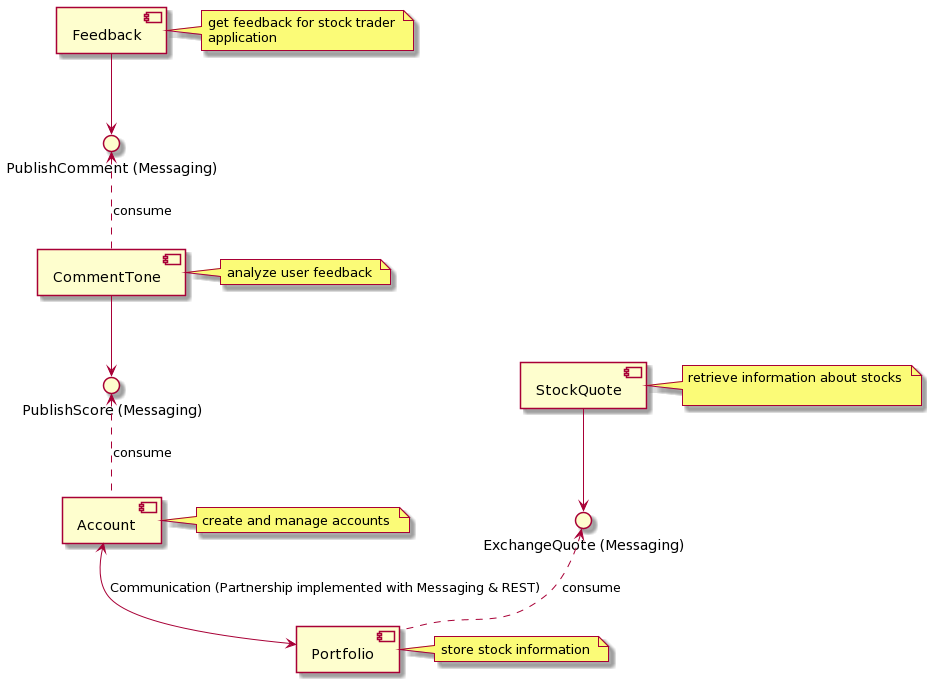
whzinformatik/stocktrader keeps this PlantUML diagram as doc/architecture/architecture.png. Above is the earlier version. Its diagram source:
```plantuml
@startuml
skinparam componentStyle uml2

component [Portfolio]
note right of [Portfolio]
store stock information
end note
component [Account]
note right of [Account]
create and manage accounts
end note
component [StockQuote]
note right of [StockQuote]
retrieve information about stocks

end note
component [Feedback]
note right of [Feedback]
get feedback for stock trader
application
end note
component [CommentTone]
note right of [CommentTone]
analyze user feedback
end note

[Account]<-->[Portfolio] : Communication (Partnership implemented with Messaging & REST)

interface "ExchangeQuote (Messaging)" as ExchangeQuote
[StockQuote] --> ExchangeQuote
ExchangeQuote <.. [Portfolio] : consume

interface "PublishComment (Messaging)" as PublishComment
[Feedback] --> PublishComment
PublishComment <.. [CommentTone] : consume

interface "PublishScore (Messaging)" as PublishScore
[CommentTone] --> PublishScore
PublishScore <.. [Account] : consume
@enduml
```
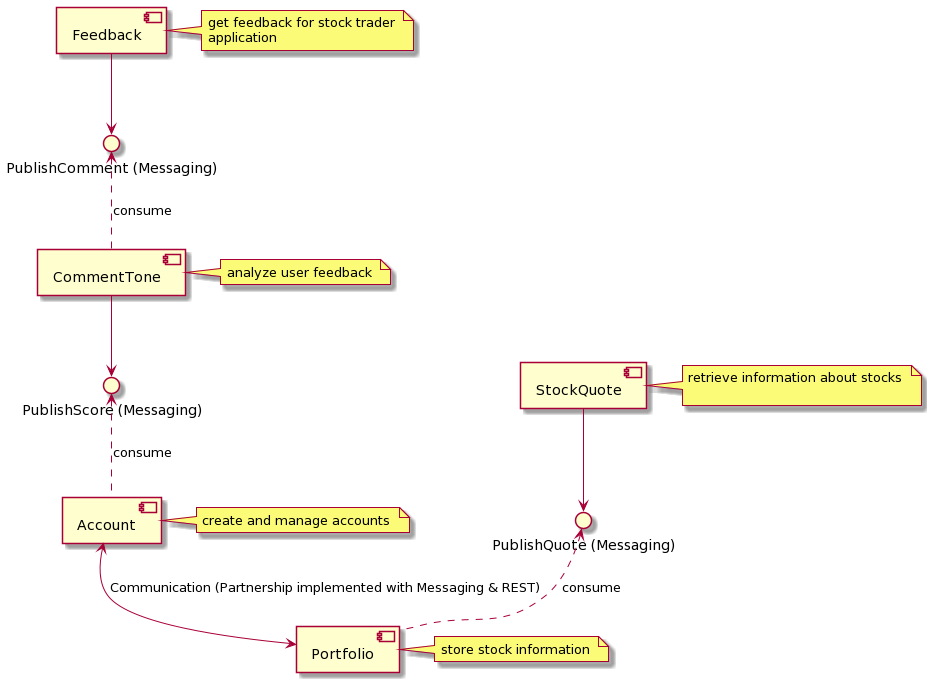
The same diagram one commit later.

Commit message:
change quote publish naming

Diff of the diagram source:
```diff
@@ -26,9 +26,9 @@
 
 [Account]<-->[Portfolio] : Communication (Partnership implemented with Messaging & REST)
 
-interface "ExchangeQuote (Messaging)" as ExchangeQuote
-[StockQuote] --> ExchangeQuote
-ExchangeQuote <.. [Portfolio] : consume
+interface "PublishQuote (Messaging)" as PublishQuote
+[StockQuote] --> PublishQuote
+PublishQuote <.. [Portfolio] : consume
 
 interface "PublishComment (Messaging)" as PublishComment
 [Feedback] --> PublishComment
```
